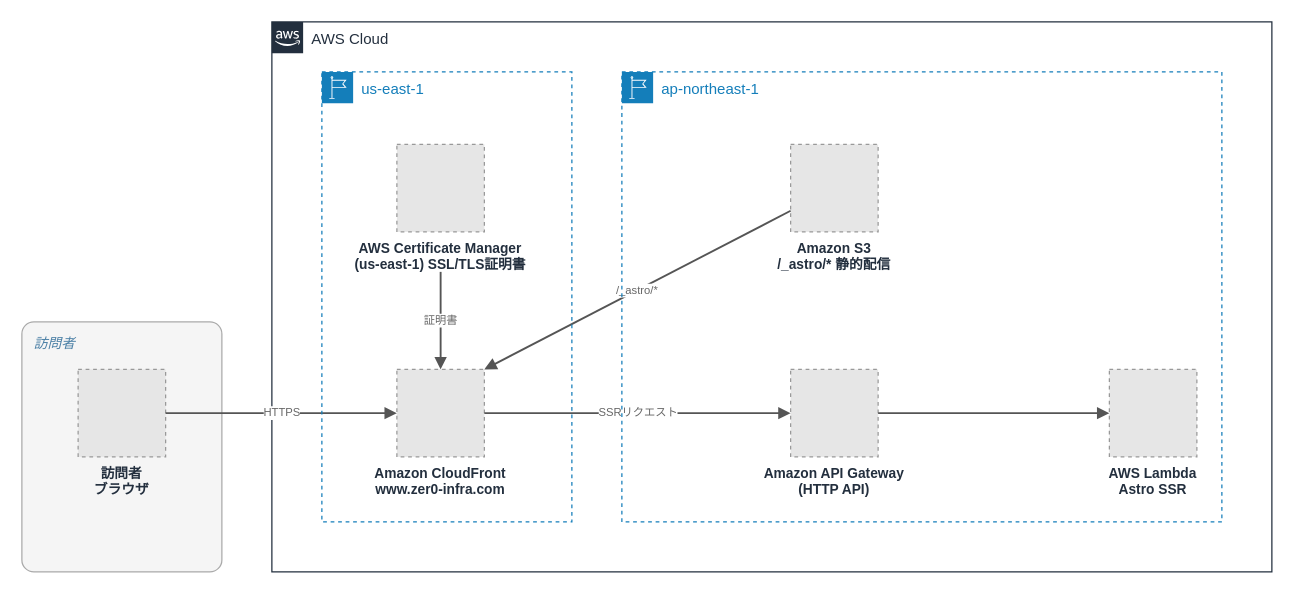
This is 004_portfolio/images/004_architecture.drawio from Zer0-1179/Zer0-public, a draw.io file, before an edit. Source tidied: cells renumbered, new cells numbered last; positions are measured from the earlier drawing's top-left corner, leaving out a move shared by most shapes. Both pictures are drawn from the tidied source at 125%, with x=0, y=0 at pixel (21, 21). Pictures stored in the file or linked from it are replaced by grey dashed boxes.
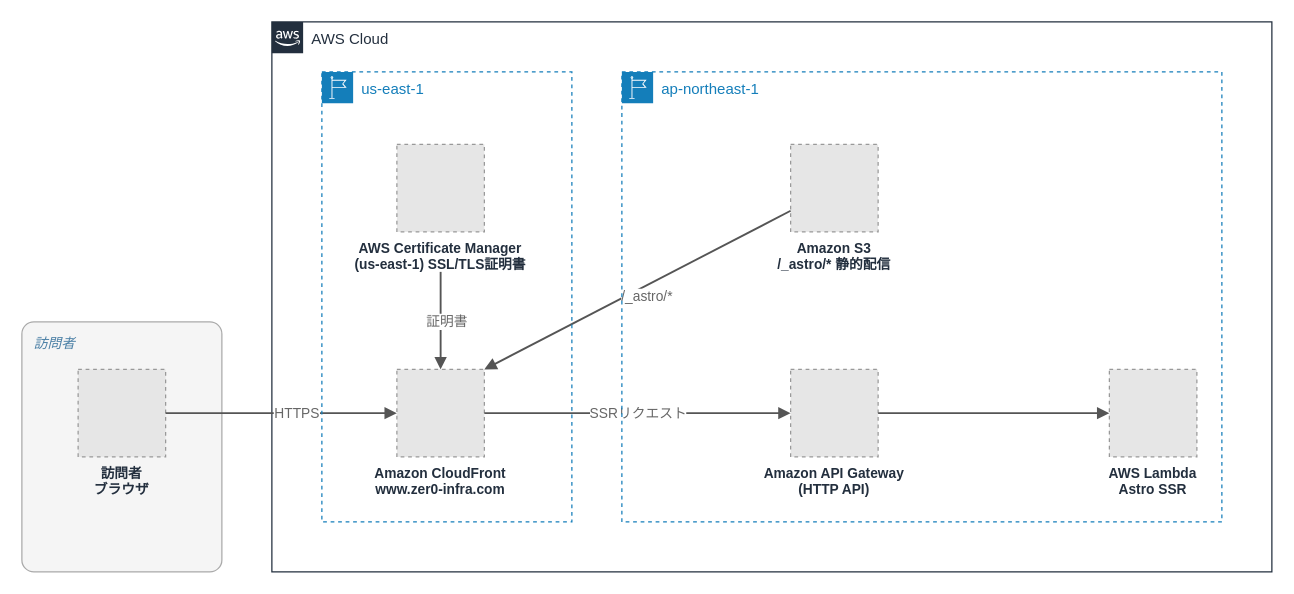
The same page after the edit.

Diff of the diagram source:
```diff
@@
 <mxGraphModel>
   <root>
     <mxCell id="0" />
     <mxCell id="1" parent="0" />
     <mxCell id="2" value="AWS Cloud" style="gradientColor=none;html=1;whiteSpace=wrap;fontSize=12;fontStyle=0;shape=mxgraph.aws4.group;grIcon=mxgraph.aws4.group_aws_cloud_alt;strokeColor=#232F3E;fillColor=none;verticalAlign=top;align=left;spacingLeft=30;fontColor=#232F3E;dashed=0;" parent="1" vertex="1">
       <mxGeometry x="200" width="800" height="440" as="geometry" />
     </mxCell>
     <mxCell id="3" value="訪問者" style="rounded=1;arcSize=6;whiteSpace=wrap;html=1;fillColor=#F5F5F5;strokeColor=#AAAAAA;verticalAlign=top;align=left;spacingLeft=8;spacingTop=4;fontColor=#4A7FA5;fontStyle=2;fontSize=11;" parent="1" vertex="1">
       <mxGeometry y="240" width="160" height="200" as="geometry" />
     </mxCell>
     <mxCell id="4" value="訪問者&#10;ブラウザ" style="fillColor=#E6E6E6;strokeColor=#999999;dashed=1;verticalLabelPosition=bottom;verticalAlign=top;labelBackgroundColor=none;fontSize=11;fontStyle=1;fontColor=#232F3E;" parent="1" vertex="1">
       <mxGeometry x="45" y="278" width="70" height="70" as="geometry" />
     </mxCell>
     <mxCell id="5" value="AWS Certificate Manager&#10;(us-east-1) SSL/TLS証明書" style="fillColor=#E6E6E6;strokeColor=#999999;dashed=1;verticalLabelPosition=bottom;verticalAlign=top;labelBackgroundColor=none;fontSize=11;fontStyle=1;fontColor=#232F3E;" parent="1" vertex="1">
       <mxGeometry x="300" y="98" width="70" height="70" as="geometry" />
     </mxCell>
     <mxCell id="6" value="Amazon CloudFront&#10;www.zer0-infra.com" style="fillColor=#E6E6E6;strokeColor=#999999;dashed=1;verticalLabelPosition=bottom;verticalAlign=top;labelBackgroundColor=none;fontSize=11;fontStyle=1;fontColor=#232F3E;" parent="1" vertex="1">
       <mxGeometry x="300" y="278" width="70" height="70" as="geometry" />
     </mxCell>
     <mxCell id="7" value="Amazon API Gateway&#10;(HTTP API)" style="fillColor=#E6E6E6;strokeColor=#999999;dashed=1;verticalLabelPosition=bottom;verticalAlign=top;labelBackgroundColor=none;fontSize=11;fontStyle=1;fontColor=#232F3E;" parent="1" vertex="1">
       <mxGeometry x="615" y="278" width="70" height="70" as="geometry" />
     </mxCell>
     <mxCell id="8" value="Amazon S3&#10;/_astro/* 静的配信" style="fillColor=#E6E6E6;strokeColor=#999999;dashed=1;verticalLabelPosition=bottom;verticalAlign=top;labelBackgroundColor=none;fontSize=11;fontStyle=1;fontColor=#232F3E;" parent="1" vertex="1">
       <mxGeometry x="615" y="98" width="70" height="70" as="geometry" />
     </mxCell>
-    <mxCell id="9" value="HTTPS" style="endArrow=block;html=1;rounded=0;edgeStyle=none;strokeColor=#555555;strokeWidth=1.5;fontSize=9;fontColor=#666666;labelBackgroundColor=#FFFFFF;" parent="1" edge="1" source="4" target="6">
-      <mxGeometry relative="1" as="geometry" />
+    <mxCell id="9" value="&lt;font style=&quot;font-size: 11px;&quot;&gt;HTTPS&lt;/font&gt;" style="endArrow=block;html=1;rounded=0;edgeStyle=none;strokeColor=#555555;strokeWidth=1.5;fontSize=9;fontColor=#666666;labelBackgroundColor=#FFFFFF;" parent="1" edge="1" source="4" target="6">
+      <mxGeometry x="0.14" relative="1" as="geometry" />
     </mxCell>
-    <mxCell id="10" value="証明書" style="endArrow=block;html=1;rounded=0;edgeStyle=none;strokeColor=#555555;strokeWidth=1.5;fontSize=9;fontColor=#666666;labelBackgroundColor=#FFFFFF;" parent="1" edge="1" target="6">
-      <mxGeometry relative="1" as="geometry">
+    <mxCell id="10" value="&lt;font style=&quot;font-size: 11px;&quot;&gt;証明書&lt;/font&gt;" style="endArrow=block;html=1;rounded=0;edgeStyle=none;strokeColor=#555555;strokeWidth=1.5;fontSize=9;fontColor=#666666;labelBackgroundColor=#FFFFFF;" parent="1" edge="1" target="6">
+      <mxGeometry x="0.03" y="5" relative="1" as="geometry">
         <mxPoint x="335" y="200" as="sourcePoint" />
       </mxGeometry>
     </mxCell>
-    <mxCell id="11" value="SSRリクエスト" style="endArrow=block;html=1;rounded=0;edgeStyle=none;strokeColor=#555555;strokeWidth=1.5;fontSize=9;fontColor=#666666;labelBackgroundColor=#FFFFFF;" parent="1" edge="1" source="6" target="7">
+    <mxCell id="11" value="&lt;font style=&quot;font-size: 11px;&quot;&gt;SSRリクエスト&lt;/font&gt;" style="endArrow=block;html=1;rounded=0;edgeStyle=none;strokeColor=#555555;strokeWidth=1.5;fontSize=9;fontColor=#666666;labelBackgroundColor=#FFFFFF;" parent="1" edge="1" source="6" target="7">
       <mxGeometry relative="1" as="geometry" />
     </mxCell>
     <mxCell id="12" style="endArrow=block;html=1;rounded=0;edgeStyle=none;strokeColor=#555555;strokeWidth=1.5;fontSize=9;fontColor=#666666;labelBackgroundColor=#FFFFFF;" parent="1" edge="1" source="7" target="16">
       <mxGeometry relative="1" as="geometry" />
     </mxCell>
-    <mxCell id="13" value="/_astro/*" style="endArrow=block;html=1;rounded=0;strokeColor=#555555;strokeWidth=1.5;fontSize=9;fontColor=#666666;labelBackgroundColor=#FFFFFF;entryX=1;entryY=0;entryDx=0;entryDy=0;" parent="1" edge="1" source="8" target="6">
-      <mxGeometry relative="1" as="geometry" />
+    <mxCell id="13" value="&lt;font style=&quot;font-size: 11px;&quot;&gt;/_astro/*&lt;/font&gt;" style="endArrow=block;html=1;rounded=0;strokeColor=#555555;strokeWidth=1.5;fontSize=9;fontColor=#666666;labelBackgroundColor=#FFFFFF;entryX=1;entryY=0;entryDx=0;entryDy=0;" parent="1" edge="1" source="8" target="6">
+      <mxGeometry x="-0.03" y="8" relative="1" as="geometry" />
     </mxCell>
     <mxCell id="14" value="us-east-1" style="gradientColor=none;html=1;whiteSpace=wrap;fontSize=12;fontStyle=0;shape=mxgraph.aws4.group;grIcon=mxgraph.aws4.group_region;strokeColor=#147EBA;fillColor=none;verticalAlign=top;align=left;spacingLeft=30;fontColor=#147EBA;dashed=1;" parent="1" vertex="1">
       <mxGeometry x="240" y="40" width="200" height="360" as="geometry" />
     </mxCell>
     <mxCell id="15" value="ap-northeast-1" style="gradientColor=none;html=1;whiteSpace=wrap;fontSize=12;fontStyle=0;shape=mxgraph.aws4.group;grIcon=mxgraph.aws4.group_region;strokeColor=#147EBA;fillColor=none;verticalAlign=top;align=left;spacingLeft=30;fontColor=#147EBA;dashed=1;" parent="1" vertex="1">
       <mxGeometry x="480" y="40" width="480" height="360" as="geometry" />
     </mxCell>
     <mxCell id="16" value="AWS Lambda&#10;Astro SSR" style="fillColor=#E6E6E6;strokeColor=#999999;dashed=1;verticalLabelPosition=bottom;verticalAlign=top;labelBackgroundColor=none;fontSize=11;fontStyle=1;fontColor=#232F3E;" parent="15" vertex="1">
       <mxGeometry x="390" y="238" width="70" height="70" as="geometry" />
     </mxCell>
   </root>
 </mxGraphModel>
```
